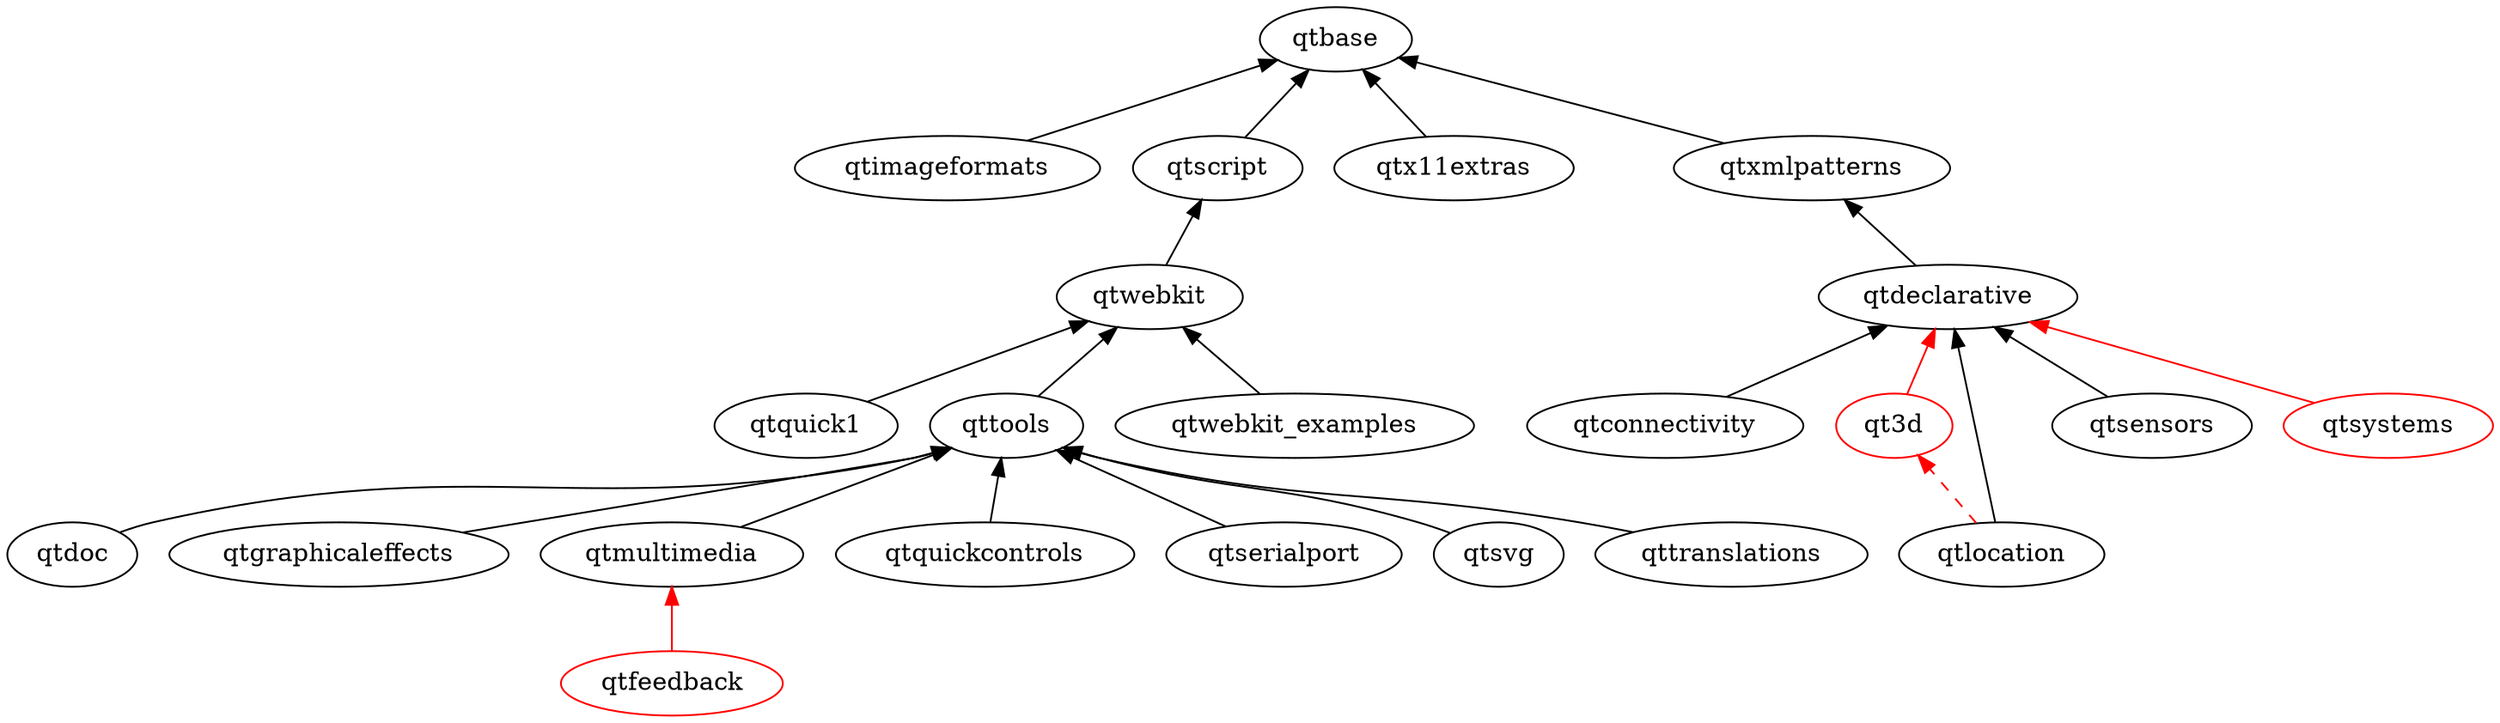
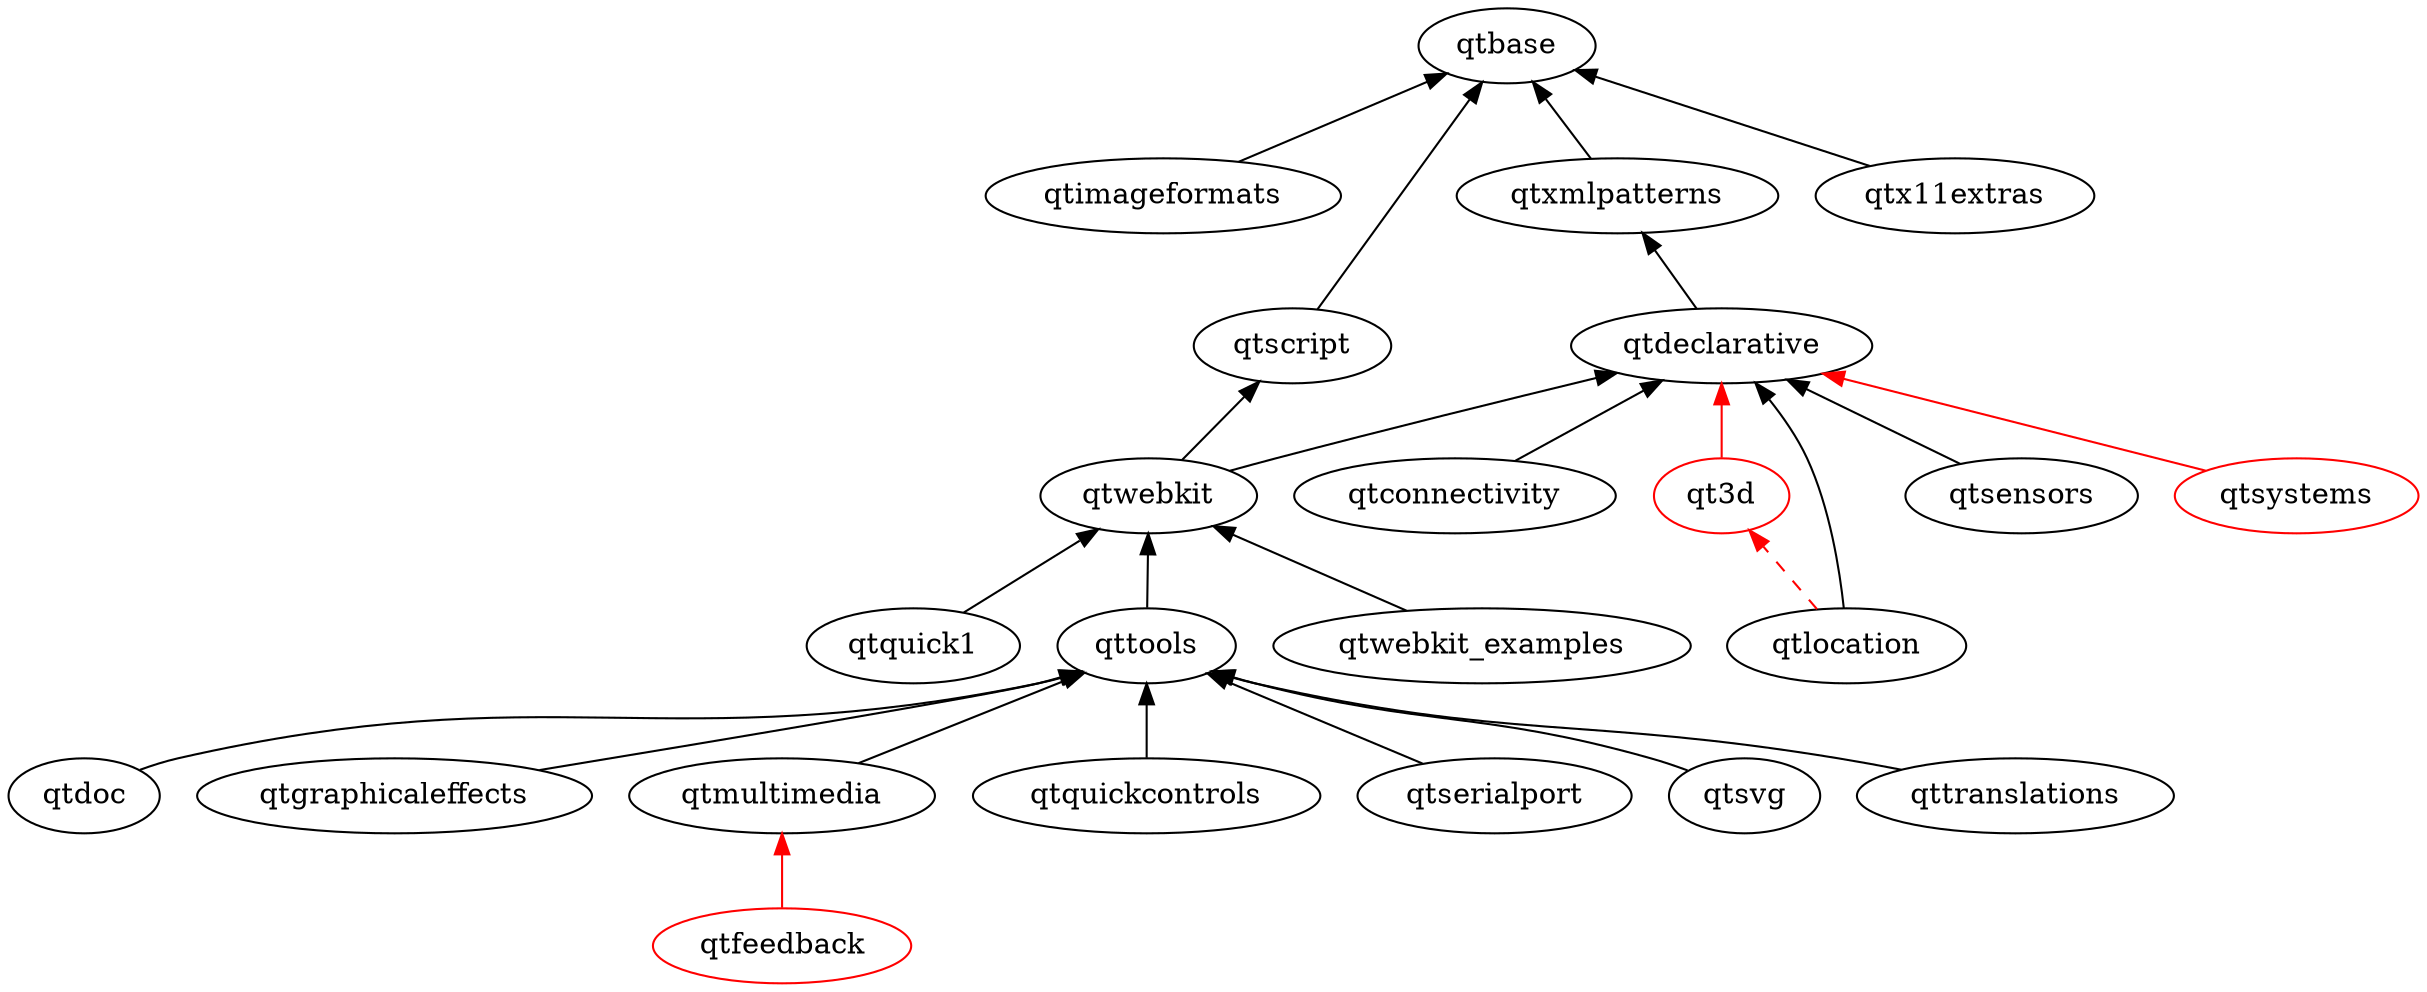
digraph qt5 {
  graph [
    rankdir = "BT"
  ]

  qt3d [ color = red ]
  qtbase
  qtconnectivity
  qtdeclarative
  qtdoc
  qtfeedback [ color = red ]
  qtgraphicaleffects
  qtimageformats
  qtlocation
  qtmultimedia
  qtquick1
  qtquickcontrols
  qtscript
  qtsensors
  qtserialport
  qtsvg
  qtsystems [ color = red ]
  qttools
  qttranslations
  qtwebkit
  qtwebkit_examples
  qtx11extras
  qtxmlpatterns

  qtconnectivity -> qtdeclarative
  qtdeclarative -> qtxmlpatterns
  qtdoc -> qttools
  qtgraphicaleffects -> qttools
  qtimageformats -> qtbase
  qtmultimedia -> qttools
  qtquick1 -> qtwebkit
  qtquickcontrols -> qttools
  qtsensors -> qtdeclarative
  qtserialport -> qttools
  qtscript -> qtbase
  qtsvg -> qttools
  qttools -> qtwebkit
  qttranslations -> qttools
  qtwebkit -> qtscript
+   qtwebkit -> qtdeclarative
  qtwebkit_examples -> qtwebkit
  qtx11extras -> qtbase
  qtxmlpatterns -> qtbase

  // unsure/not-uploaded
  qt3d -> qtdeclarative [ color = red ]
  qtfeedback -> qtmultimedia [ color = red ]
  qtlocation -> qt3d [color = red style = dashed]
  qtlocation -> qtdeclarative
  qtsystems -> qtdeclarative [ color = red ]
}
